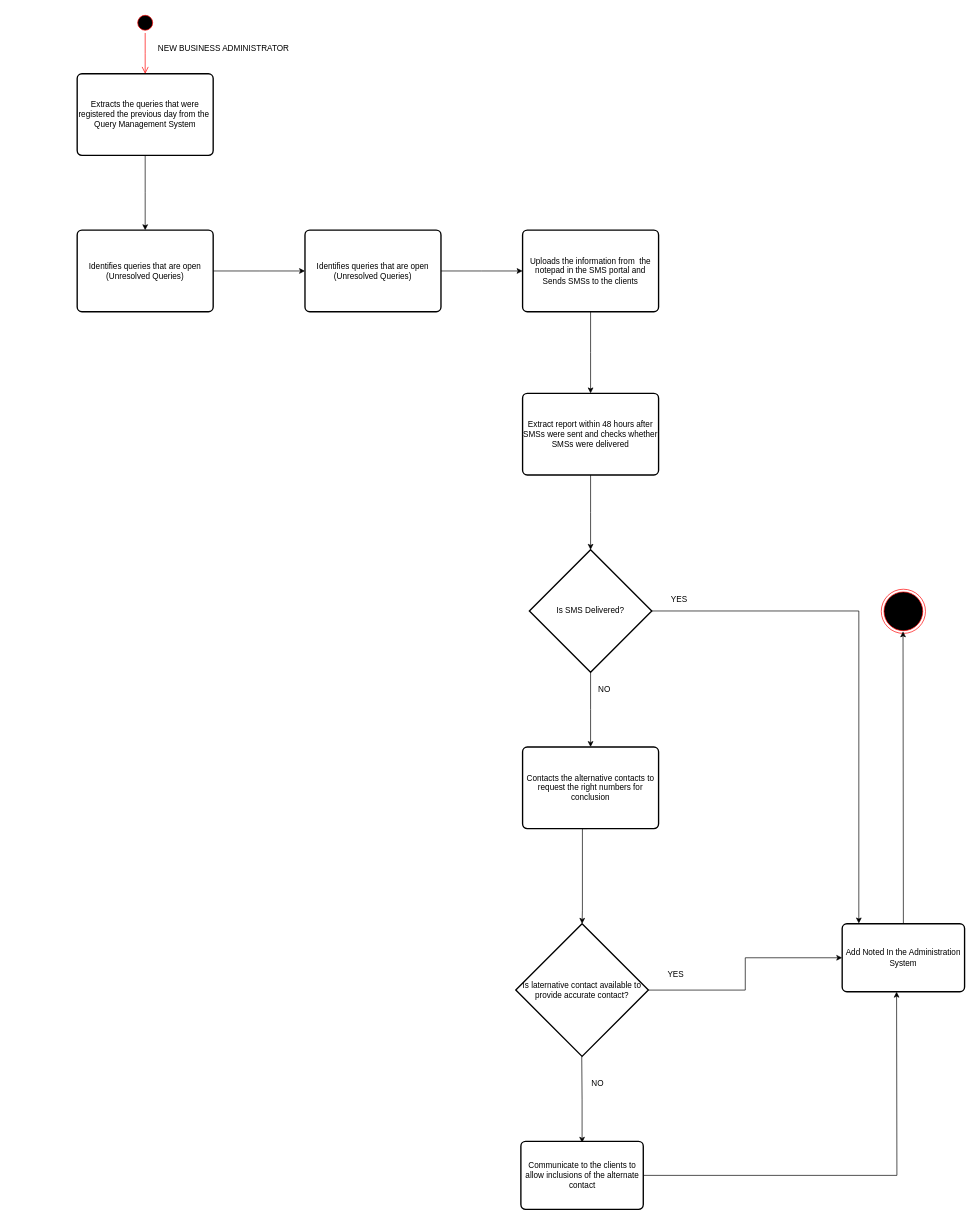
The draw.io diagram 19.drawio in mokaty1818795/ticketing, before the edit. Source tidied: cells renumbered, new cells numbered last; positions are measured from the earlier drawing's top-left corner, leaving out a move shared by most shapes. Both pictures are drawn from the tidied source at 68%, with x=0, y=0 at pixel (77, 12).
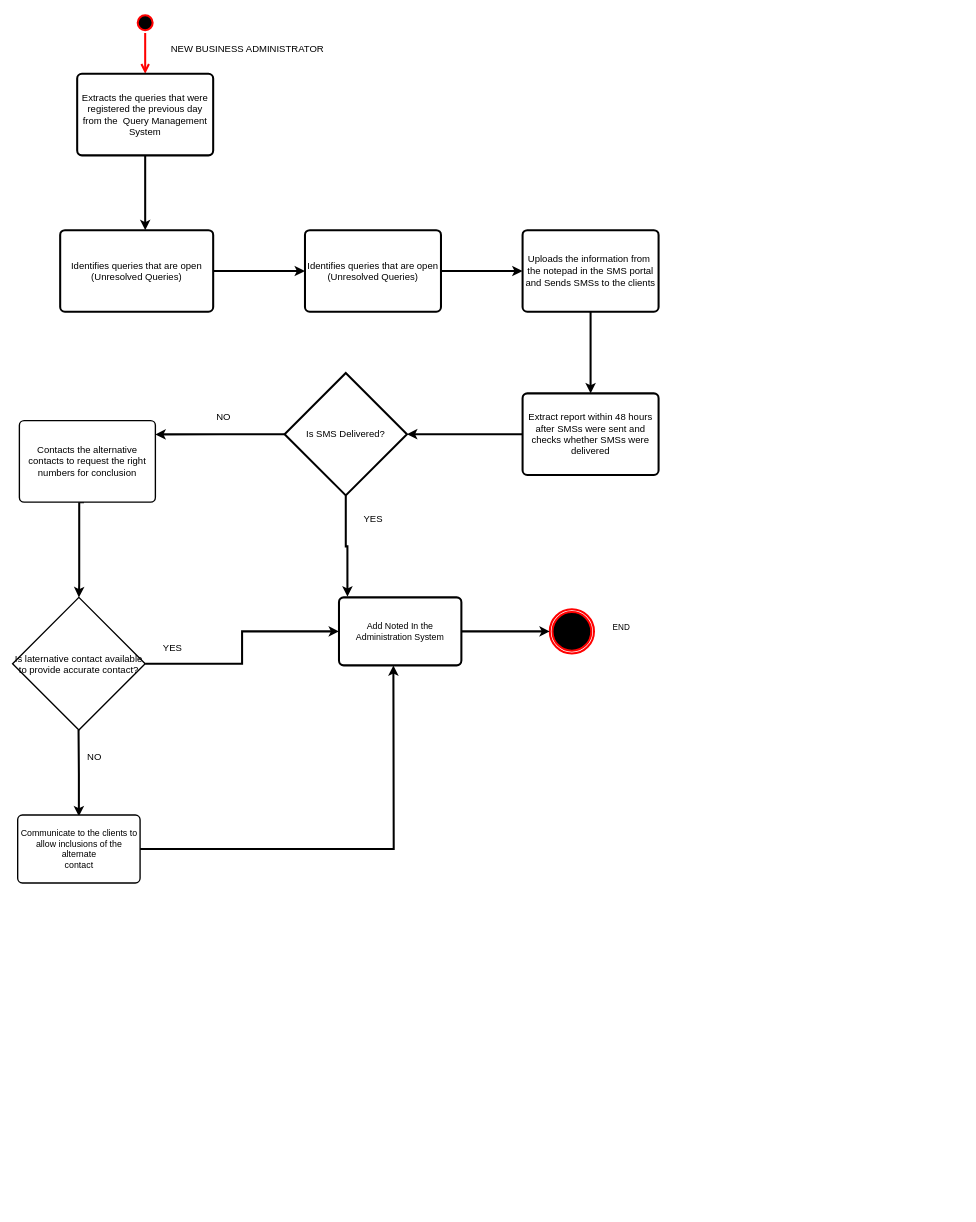
The same diagram, later.

The edit, as a diff of the source:
```diff
@@
-    <mxCell id="2" style="ellipse;html=1;shape=startState;fillColor=#000000;strokeColor=#ff0000;" parent="1" vertex="1">
+    <mxCell id="2" style="ellipse;html=1;shape=startState;fillColor=#000000;strokeColor=#ff0000;strokeWidth=3;fontSize=14;" parent="1" vertex="1">
       <mxGeometry x="85" width="30" height="30" as="geometry" />
     </mxCell>
-    <mxCell id="3" style="edgeStyle=orthogonalEdgeStyle;html=1;verticalAlign=bottom;endArrow=open;endSize=8;strokeColor=#ff0000;rounded=0;" parent="1" edge="1" source="2">
+    <mxCell id="3" style="edgeStyle=orthogonalEdgeStyle;html=1;verticalAlign=bottom;endArrow=open;endSize=8;strokeColor=#ff0000;rounded=0;strokeWidth=3;fontSize=14;" parent="1" edge="1" source="2">
       <mxGeometry relative="1" as="geometry">
         <mxPoint x="100" y="90" as="targetPoint" />
       </mxGeometry>
     </mxCell>
-    <mxCell id="4" value="NEW BUSINESS ADMINISTRATOR" style="text;html=1;align=center;verticalAlign=middle;strokeColor=none;fillColor=none;" parent="1" vertex="1">
-      <mxGeometry x="105" y="38" width="220" height="30" as="geometry" />
+    <mxCell id="4" value="NEW BUSINESS ADMINISTRATOR" style="text;html=1;align=center;verticalAlign=middle;strokeColor=none;fillColor=none;strokeWidth=3;fontSize=14;" parent="1" vertex="1">
+      <mxGeometry x="125" y="38" width="250" height="30" as="geometry" />
     </mxCell>
-    <mxCell id="5" style="edgeStyle=orthogonalEdgeStyle;rounded=0;jettySize=auto;html=1;exitX=0.5;exitY=1;exitDx=0;exitDy=0;" parent="1" edge="1" source="6">
+    <mxCell id="5" style="edgeStyle=orthogonalEdgeStyle;rounded=0;jettySize=auto;html=1;exitX=0.5;exitY=1;exitDx=0;exitDy=0;strokeWidth=3;fontSize=14;" parent="1" edge="1" source="6">
       <mxGeometry relative="1" as="geometry">
         <mxPoint x="100" y="320" as="targetPoint" />
       </mxGeometry>
     </mxCell>
-    <mxCell id="6" value="Extracts the queries that were&lt;br&gt;registered the previous day from the&amp;nbsp; Query Management System" style="rounded=1;whiteSpace=wrap;html=1;absoluteArcSize=1;arcSize=14;strokeWidth=2;" parent="1" vertex="1">
+    <mxCell id="6" value="Extracts the queries that were&lt;br style=&quot;font-size: 14px;&quot;&gt;registered the previous day from the&amp;nbsp; Query Management System" style="rounded=1;whiteSpace=wrap;html=1;absoluteArcSize=1;arcSize=14;strokeWidth=3;fontSize=14;" parent="1" vertex="1">
       <mxGeometry y="90" width="200" height="120" as="geometry" />
     </mxCell>
-    <mxCell id="7" style="edgeStyle=orthogonalEdgeStyle;rounded=0;jettySize=auto;html=1;exitX=1;exitY=0.5;exitDx=0;exitDy=0;" parent="1" edge="1" source="8">
+    <mxCell id="7" style="edgeStyle=orthogonalEdgeStyle;rounded=0;jettySize=auto;html=1;exitX=1;exitY=0.5;exitDx=0;exitDy=0;strokeWidth=3;fontSize=14;" parent="1" edge="1" source="8">
       <mxGeometry relative="1" as="geometry">
         <mxPoint x="335" y="380" as="targetPoint" />
       </mxGeometry>
     </mxCell>
-    <mxCell id="8" value="Identifies queries that are open&lt;br&gt;(Unresolved Queries)" style="rounded=1;whiteSpace=wrap;html=1;absoluteArcSize=1;arcSize=14;strokeWidth=2;" parent="1" vertex="1">
-      <mxGeometry y="320" width="200" height="120" as="geometry" />
+    <mxCell id="8" value="Identifies queries that are open&lt;br style=&quot;font-size: 14px;&quot;&gt;(Unresolved Queries)" style="rounded=1;whiteSpace=wrap;html=1;absoluteArcSize=1;arcSize=14;strokeWidth=3;fontSize=14;" parent="1" vertex="1">
+      <mxGeometry x="-25" y="320" width="225" height="120" as="geometry" />
     </mxCell>
-    <mxCell id="9" style="edgeStyle=orthogonalEdgeStyle;rounded=0;jettySize=auto;html=1;exitX=1;exitY=0.5;exitDx=0;exitDy=0;" parent="1" edge="1" source="10">
+    <mxCell id="9" style="edgeStyle=orthogonalEdgeStyle;rounded=0;jettySize=auto;html=1;exitX=1;exitY=0.5;exitDx=0;exitDy=0;strokeWidth=3;fontSize=14;" parent="1" edge="1" source="10">
       <mxGeometry relative="1" as="geometry">
         <mxPoint x="655" y="380" as="targetPoint" />
       </mxGeometry>
     </mxCell>
-    <mxCell id="10" value="Identifies queries that are open&lt;br&gt;(Unresolved Queries)" style="rounded=1;whiteSpace=wrap;html=1;absoluteArcSize=1;arcSize=14;strokeWidth=2;" parent="1" vertex="1">
+    <mxCell id="10" value="Identifies queries that are open&lt;br style=&quot;font-size: 14px;&quot;&gt;(Unresolved Queries)" style="rounded=1;whiteSpace=wrap;html=1;absoluteArcSize=1;arcSize=14;strokeWidth=3;fontSize=14;" parent="1" vertex="1">
       <mxGeometry x="335" y="320" width="200" height="120" as="geometry" />
     </mxCell>
-    <mxCell id="11" style="edgeStyle=orthogonalEdgeStyle;rounded=0;jettySize=auto;html=1;exitX=0.5;exitY=1;exitDx=0;exitDy=0;" parent="1" edge="1" source="12">
+    <mxCell id="11" style="edgeStyle=orthogonalEdgeStyle;rounded=0;jettySize=auto;html=1;exitX=0.5;exitY=1;exitDx=0;exitDy=0;strokeWidth=3;fontSize=14;" parent="1" edge="1" source="12">
       <mxGeometry relative="1" as="geometry">
         <mxPoint x="755" y="560" as="targetPoint" />
       </mxGeometry>
     </mxCell>
-    <mxCell id="12" value="Uploads the information from&amp;nbsp; the notepad in the SMS portal and Sends SMSs to the clients" style="rounded=1;whiteSpace=wrap;html=1;absoluteArcSize=1;arcSize=14;strokeWidth=2;" parent="1" vertex="1">
+    <mxCell id="12" value="Uploads the information from&amp;nbsp; the notepad in the SMS portal and Sends SMSs to the clients" style="rounded=1;whiteSpace=wrap;html=1;absoluteArcSize=1;arcSize=14;strokeWidth=3;fontSize=14;" parent="1" vertex="1">
       <mxGeometry x="655" y="320" width="200" height="120" as="geometry" />
     </mxCell>
-    <mxCell id="13" style="edgeStyle=orthogonalEdgeStyle;rounded=0;jettySize=auto;html=1;exitX=0.5;exitY=1;exitDx=0;exitDy=0;" parent="1" edge="1" source="14">
-      <mxGeometry relative="1" as="geometry">
-        <mxPoint x="755" y="790" as="targetPoint" />
-      </mxGeometry>
-    </mxCell>
+    <mxCell id="32" style="edgeStyle=orthogonalEdgeStyle;rounded=0;jettySize=auto;html=1;exitX=0;exitY=0.5;exitDx=0;exitDy=0;entryX=1;entryY=0.5;entryDx=0;entryDy=0;entryPerimeter=0;strokeWidth=3;fontSize=14;" parent="1" edge="1" source="14" target="16">
+      <mxGeometry relative="1" as="geometry" />
+    </mxCell>
-    <mxCell id="14" value="Extract report within 48 hours after SMSs were sent and checks whether SMSs were delivered" style="rounded=1;whiteSpace=wrap;html=1;absoluteArcSize=1;arcSize=14;strokeWidth=2;" parent="1" vertex="1">
+    <mxCell id="14" value="Extract report within 48 hours after SMSs were sent and checks whether SMSs were delivered" style="rounded=1;whiteSpace=wrap;html=1;absoluteArcSize=1;arcSize=14;strokeWidth=3;fontSize=14;" parent="1" vertex="1">
       <mxGeometry x="655" y="560" width="200" height="120" as="geometry" />
     </mxCell>
-    <mxCell id="15" style="edgeStyle=orthogonalEdgeStyle;rounded=0;jettySize=auto;html=1;exitX=0.5;exitY=1;exitDx=0;exitDy=0;exitPerimeter=0;" parent="1" edge="1" source="16">
-      <mxGeometry relative="1" as="geometry">
-        <mxPoint x="755" y="1080" as="targetPoint" />
-      </mxGeometry>
-    </mxCell>
+    <mxCell id="33" style="edgeStyle=orthogonalEdgeStyle;rounded=0;jettySize=auto;html=1;exitX=0;exitY=0.5;exitDx=0;exitDy=0;exitPerimeter=0;strokeWidth=3;fontSize=14;" parent="1" edge="1" source="16">
+      <mxGeometry relative="1" as="geometry">
+        <mxPoint x="115" y="620.3" as="targetPoint" />
+      </mxGeometry>
+    </mxCell>
+    <mxCell id="30" style="edgeStyle=orthogonalEdgeStyle;rounded=0;jettySize=auto;html=1;exitX=0.5;exitY=1;exitDx=0;exitDy=0;exitPerimeter=0;entryX=0.069;entryY=-0.011;entryDx=0;entryDy=0;entryPerimeter=0;strokeWidth=3;fontSize=14;" parent="1" edge="1" source="16" target="29">
+      <mxGeometry relative="1" as="geometry" />
+    </mxCell>
-    <mxCell id="16" value="Is SMS Delivered?" style="strokeWidth=2;html=1;shape=mxgraph.flowchart.decision;whiteSpace=wrap;" parent="1" vertex="1">
-      <mxGeometry x="665" y="790" width="180" height="180" as="geometry" />
+    <mxCell id="16" value="Is SMS Delivered?" style="strokeWidth=3;html=1;shape=mxgraph.flowchart.decision;whiteSpace=wrap;fontSize=14;" parent="1" vertex="1">
+      <mxGeometry x="305" y="530" width="180" height="180" as="geometry" />
     </mxCell>
-    <mxCell id="17" value="YES" style="text;html=1;align=center;verticalAlign=middle;strokeColor=none;fillColor=none;" parent="1" vertex="1">
-      <mxGeometry x="860" y="848" width="50" height="30" as="geometry" />
+    <mxCell id="17" value="YES" style="text;html=1;align=center;verticalAlign=middle;strokeColor=none;fillColor=none;strokeWidth=3;fontSize=14;" parent="1" vertex="1">
+      <mxGeometry x="410" y="730" width="50" height="30" as="geometry" />
     </mxCell>
-    <mxCell id="18" value="NO" style="text;html=1;align=center;verticalAlign=middle;strokeColor=none;fillColor=none;" parent="1" vertex="1">
-      <mxGeometry x="755" y="980" width="40" height="30" as="geometry" />
+    <mxCell id="18" value="NO" style="text;html=1;align=center;verticalAlign=middle;strokeColor=none;fillColor=none;strokeWidth=3;fontSize=14;" parent="1" vertex="1">
+      <mxGeometry x="195" y="580" width="40" height="30" as="geometry" />
     </mxCell>
-    <mxCell id="19" style="ellipse;html=1;shape=endState;fillColor=#000000;strokeColor=#ff0000;" parent="1" vertex="1">
-      <mxGeometry x="1182.5" y="848" width="65" height="65" as="geometry" />
+    <mxCell id="19" style="ellipse;html=1;shape=endState;fillColor=#000000;strokeColor=#ff0000;strokeWidth=3;fontSize=14;" parent="1" vertex="1">
+      <mxGeometry x="695" y="877.5" width="65" height="65" as="geometry" />
     </mxCell>
-    <mxCell id="20" style="edgeStyle=orthogonalEdgeStyle;rounded=0;jettySize=auto;html=1;exitX=0.5;exitY=1;exitDx=0;exitDy=0;entryX=0.5;entryY=0;entryDx=0;entryDy=0;entryPerimeter=0;" parent="1" edge="1" target="24">
+    <mxCell id="20" style="edgeStyle=orthogonalEdgeStyle;rounded=0;jettySize=auto;html=1;exitX=0.5;exitY=1;exitDx=0;exitDy=0;entryX=0.5;entryY=0;entryDx=0;entryDy=0;entryPerimeter=0;strokeWidth=3;fontSize=14;" parent="1" edge="1" target="24">
       <mxGeometry relative="1" as="geometry">
-        <mxPoint x="750" y="1200" as="sourcePoint" />
+        <mxPoint x="10" y="720" as="sourcePoint" />
         <Array as="points">
-          <mxPoint x="743" y="1200" />
-          <mxPoint x="743" y="1320" />
+          <mxPoint x="3" y="720" />
+          <mxPoint x="3" y="840" />
         </Array>
       </mxGeometry>
     </mxCell>
-    <mxCell id="21" value="Contacts the alternative contacts to request the right numbers for conclusion" style="rounded=1;whiteSpace=wrap;html=1;absoluteArcSize=1;arcSize=14;strokeWidth=2;" parent="1" vertex="1">
-      <mxGeometry x="655" y="1080" width="200" height="120" as="geometry" />
+    <mxCell id="21" value="Contacts the alternative contacts to request the right numbers for conclusion" style="rounded=1;whiteSpace=wrap;html=1;absoluteArcSize=1;arcSize=14;strokeWidth=2;fontSize=14;" parent="1" vertex="1">
+      <mxGeometry x="-85" y="600" width="200" height="120" as="geometry" />
     </mxCell>
-    <mxCell id="22" style="edgeStyle=orthogonalEdgeStyle;rounded=0;orthogonalLoop=1;jettySize=auto;html=1;exitX=0.5;exitY=1;exitDx=0;exitDy=0;exitPerimeter=0;" parent="1" edge="1">
+    <mxCell id="22" style="edgeStyle=orthogonalEdgeStyle;rounded=0;orthogonalLoop=1;jettySize=auto;html=1;exitX=0.5;exitY=1;exitDx=0;exitDy=0;exitPerimeter=0;strokeWidth=3;fontSize=14;" parent="1" edge="1">
       <mxGeometry relative="1" as="geometry">
-        <mxPoint x="742" y="1535" as="sourcePoint" />
-        <mxPoint x="742.5" y="1662" as="targetPoint" />
+        <mxPoint x="2" y="1055" as="sourcePoint" />
+        <mxPoint x="2.5" y="1182" as="targetPoint" />
       </mxGeometry>
     </mxCell>
-    <mxCell id="23" style="edgeStyle=orthogonalEdgeStyle;rounded=0;jettySize=auto;html=1;exitX=1;exitY=0.5;exitDx=0;exitDy=0;exitPerimeter=0;entryX=0;entryY=0.5;entryDx=0;entryDy=0;" parent="1" edge="1" source="24" target="29">
+    <mxCell id="23" style="edgeStyle=orthogonalEdgeStyle;rounded=0;jettySize=auto;html=1;exitX=1;exitY=0.5;exitDx=0;exitDy=0;exitPerimeter=0;entryX=0;entryY=0.5;entryDx=0;entryDy=0;strokeWidth=3;fontSize=14;" parent="1" edge="1" source="24" target="29">
       <mxGeometry relative="1" as="geometry" />
     </mxCell>
-    <mxCell id="24" value="Is laternative contact available to provide accurate contact?" style="strokeWidth=2;html=1;shape=mxgraph.flowchart.decision;whiteSpace=wrap;" parent="1" vertex="1">
-      <mxGeometry x="645" y="1340" width="195" height="195" as="geometry" />
+    <mxCell id="24" value="Is laternative contact available to provide accurate contact?" style="strokeWidth=2;html=1;shape=mxgraph.flowchart.decision;whiteSpace=wrap;fontSize=14;" parent="1" vertex="1">
+      <mxGeometry x="-95" y="860" width="195" height="195" as="geometry" />
     </mxCell>
-    <mxCell id="25" value="YES" style="text;html=1;align=center;verticalAlign=middle;strokeColor=none;fillColor=none;" parent="1" vertex="1">
-      <mxGeometry x="855" y="1400" width="50" height="30" as="geometry" />
+    <mxCell id="25" value="YES" style="text;html=1;align=center;verticalAlign=middle;strokeColor=none;fillColor=none;strokeWidth=3;fontSize=14;" parent="1" vertex="1">
+      <mxGeometry x="115" y="920" width="50" height="30" as="geometry" />
     </mxCell>
-    <mxCell id="26" style="edgeStyle=orthogonalEdgeStyle;rounded=0;jettySize=auto;html=1;exitX=1;exitY=0.5;exitDx=0;exitDy=0;" parent="1" edge="1" source="27">
+    <mxCell id="26" style="edgeStyle=orthogonalEdgeStyle;rounded=0;jettySize=auto;html=1;exitX=1;exitY=0.5;exitDx=0;exitDy=0;strokeWidth=3;fontSize=14;" parent="1" edge="1" source="27">
       <mxGeometry relative="1" as="geometry">
-        <mxPoint x="1205" y="1440" as="targetPoint" />
+        <mxPoint x="465" y="960" as="targetPoint" />
       </mxGeometry>
     </mxCell>
-    <mxCell id="27" value="Communicate to the clients to allow inclusions of the alternate&lt;br&gt;contact" style="rounded=1;whiteSpace=wrap;html=1;absoluteArcSize=1;arcSize=14;strokeWidth=2;" parent="1" vertex="1">
-      <mxGeometry x="652.5" y="1660" width="180" height="100" as="geometry" />
+    <mxCell id="27" value="Communicate to the clients to allow inclusions of the alternate&lt;br style=&quot;font-size: 13px;&quot;&gt;contact" style="rounded=1;whiteSpace=wrap;html=1;absoluteArcSize=1;arcSize=14;strokeWidth=2;fontSize=13;" parent="1" vertex="1">
+      <mxGeometry x="-87.5" y="1180" width="180" height="100" as="geometry" />
     </mxCell>
-    <mxCell id="28" style="edgeStyle=orthogonalEdgeStyle;rounded=0;jettySize=auto;html=1;exitX=0.5;exitY=0;exitDx=0;exitDy=0;" parent="1" edge="1" source="29">
-      <mxGeometry relative="1" as="geometry">
-        <mxPoint x="1214.5" y="910" as="targetPoint" />
-      </mxGeometry>
-    </mxCell>
+    <mxCell id="34" style="edgeStyle=orthogonalEdgeStyle;rounded=0;jettySize=auto;html=1;exitX=1;exitY=0.5;exitDx=0;exitDy=0;entryX=0;entryY=0.5;entryDx=0;entryDy=0;strokeWidth=3;fontSize=14;" parent="1" edge="1" source="29" target="19">
+      <mxGeometry relative="1" as="geometry" />
+    </mxCell>
-    <mxCell id="29" value="Add Noted In the Administration System" style="rounded=1;whiteSpace=wrap;html=1;absoluteArcSize=1;arcSize=14;strokeWidth=2;" parent="1" vertex="1">
-      <mxGeometry x="1125" y="1340" width="180" height="100" as="geometry" />
+    <mxCell id="29" value="Add Noted In the Administration System" style="rounded=1;whiteSpace=wrap;html=1;absoluteArcSize=1;arcSize=14;strokeWidth=3;fontSize=13;" parent="1" vertex="1">
+      <mxGeometry x="385" y="860" width="180" height="100" as="geometry" />
     </mxCell>
-    <mxCell id="30" style="edgeStyle=orthogonalEdgeStyle;rounded=0;jettySize=auto;html=1;exitX=1;exitY=0.5;exitDx=0;exitDy=0;exitPerimeter=0;entryX=0.136;entryY=-0.005;entryDx=0;entryDy=0;entryPerimeter=0;" parent="1" edge="1" source="16" target="29">
-      <mxGeometry relative="1" as="geometry" />
-    </mxCell>
-    <mxCell id="31" value="NO" style="text;html=1;align=center;verticalAlign=middle;strokeColor=none;fillColor=none;" parent="1" vertex="1">
-      <mxGeometry x="745" y="1560" width="40" height="30" as="geometry" />
+    <mxCell id="31" value="NO" style="text;html=1;align=center;verticalAlign=middle;strokeColor=none;fillColor=none;strokeWidth=3;fontSize=14;" parent="1" vertex="1">
+      <mxGeometry x="5" y="1080" width="40" height="30" as="geometry" />
     </mxCell>
+    <mxCell id="35" value="END" style="text;html=1;align=center;verticalAlign=middle;strokeColor=none;fillColor=none;" parent="1" vertex="1">
+      <mxGeometry x="775" y="890" width="50" height="30" as="geometry" />
+    </mxCell>
```
